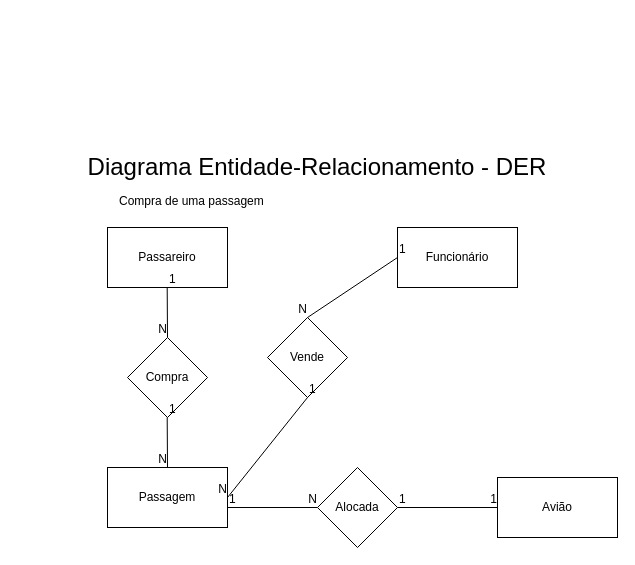
vladimiralencar/Alunos-UEPB-BancoDeDados keeps this draw.io diagram as page "DER-Passagem" (1 of 3) of Aula-18-Maio-2021.drawio. Above is the earlier version. Source tidied: cells renumbered, new cells numbered last; positions are measured from the earlier drawing's top-left corner, leaving out a move shared by most shapes. Both pictures are drawn from the tidied source at 100%, with x=0, y=0 at pixel (17, 157).
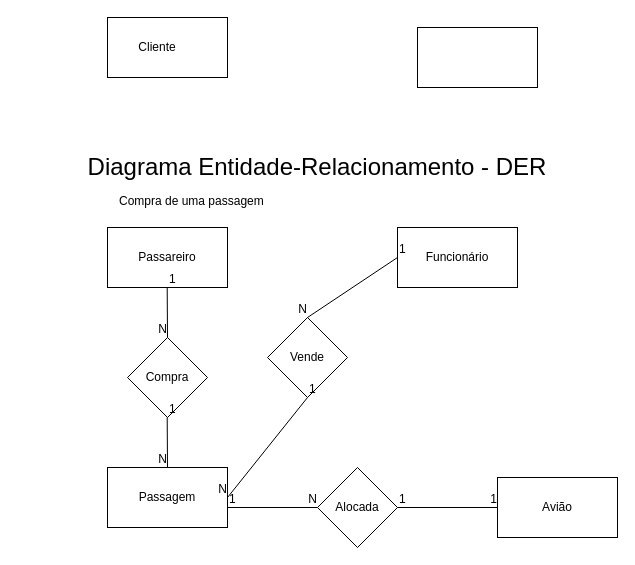
After the change.

The edit, as a diff of the source:
```diff
@@
+    <mxCell id="29" style="rounded=0;whiteSpace=wrap;html=1;" parent="1" vertex="1">
+      <mxGeometry x="90" y="-140" width="120" height="60" as="geometry" />
+    </mxCell>
+    <mxCell id="30" style="rounded=0;whiteSpace=wrap;html=1;" parent="1" vertex="1">
+      <mxGeometry x="400" y="-130" width="120" height="60" as="geometry" />
+    </mxCell>
+    <mxCell id="31" value="Cliente" style="text;html=1;strokeColor=none;fillColor=none;align=center;verticalAlign=middle;whiteSpace=wrap;rounded=0;" parent="1" vertex="1">
+      <mxGeometry x="120" y="-120" width="40" height="20" as="geometry" />
+    </mxCell>
```
